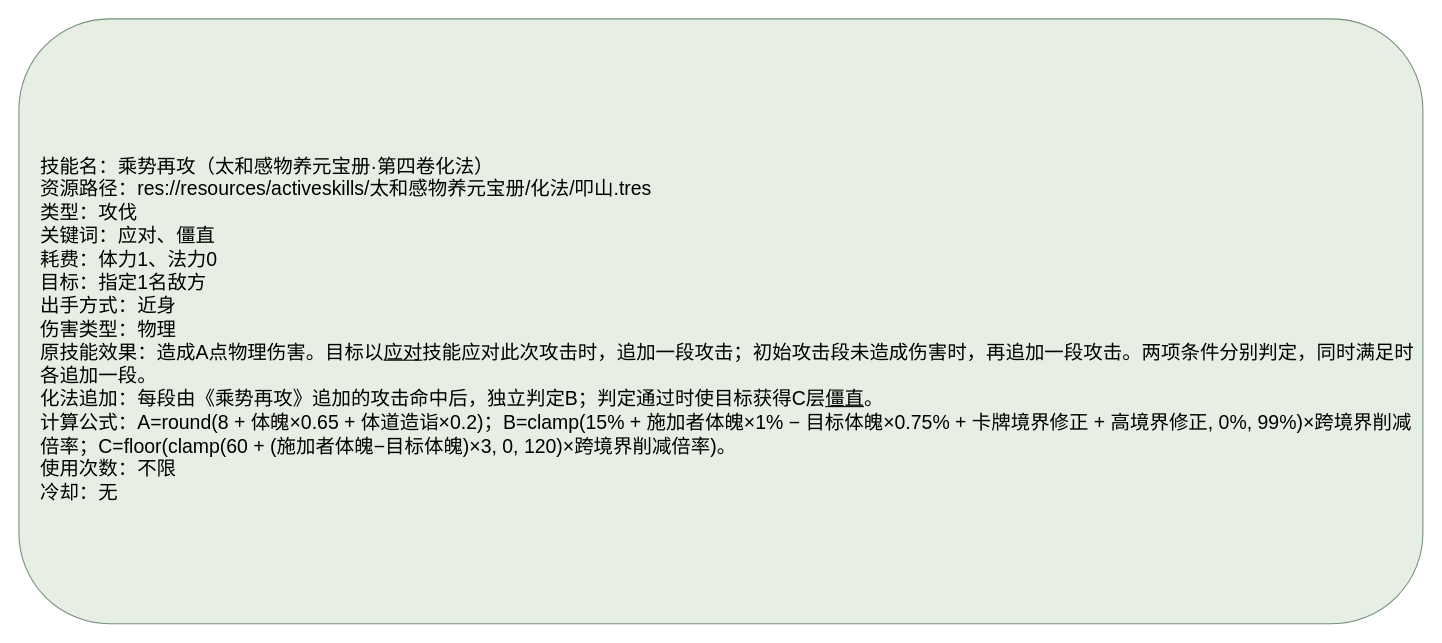
The draw.io diagram docs/卡牌词典/秘籍技能/太和感物养元宝册/化法/乘势再攻.drawio in ankundanetracyc-spec/tian-guan-you-du, before the edit. Source tidied: cells renumbered, new cells numbered last; positions are measured from the earlier drawing's top-left corner, leaving out a move shared by most shapes. Both pictures are drawn from the tidied source at 108%, with x=0, y=0 at pixel (18, 18).
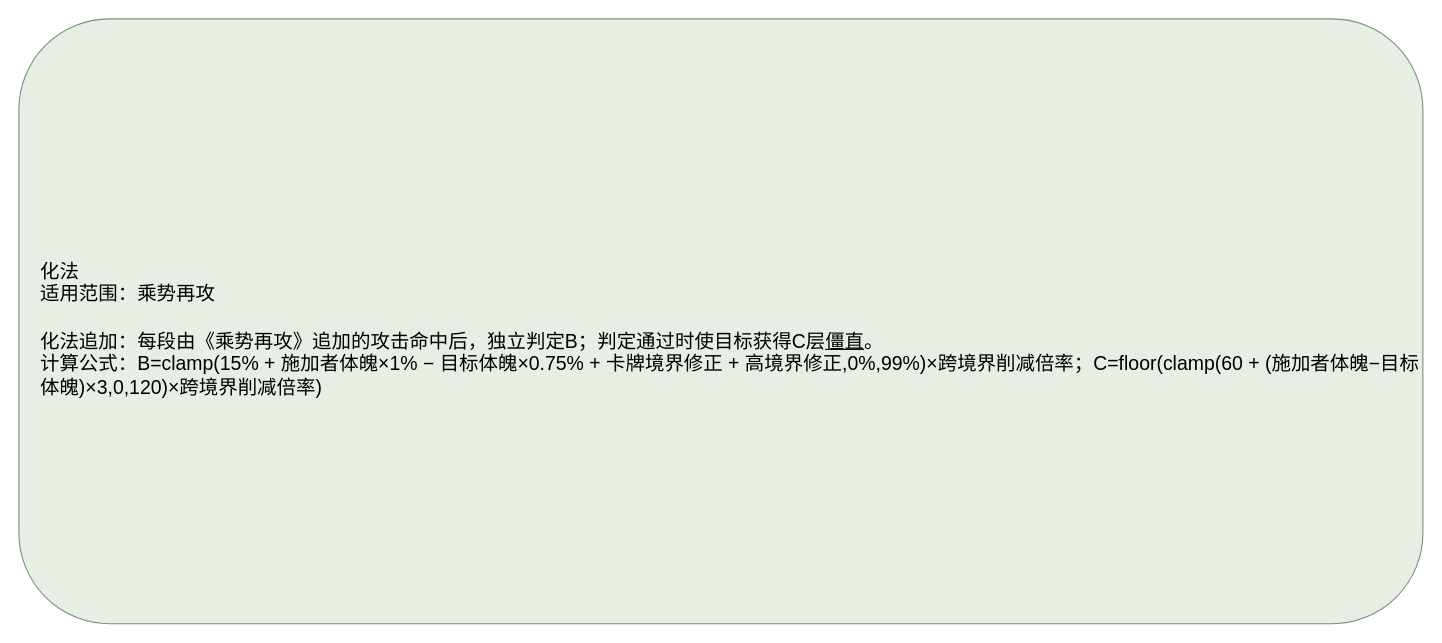
The same page after the edit.

Change to the diagram source:
```diff
@@
 <mxGraphModel>
   <root>
     <mxCell id="0" />
     <mxCell id="1" parent="0" />
-    <mxCell id="2" value="&lt;div style=&quot;text-align:left;&quot;&gt;技能名：乘势再攻（太和感物养元宝册·第四卷化法）&lt;br&gt;资源路径：res://resources/activeskills/太和感物养元宝册/化法/叩山.tres&lt;br&gt;类型：攻伐&lt;br&gt;关键词：应对、僵直&lt;br&gt;耗费：体力1、法力0&lt;br&gt;目标：指定1名敌方&lt;br&gt;出手方式：近身&lt;br&gt;伤害类型：物理&lt;br&gt;原技能效果：造成A点物理伤害。目标以&lt;u&gt;应对&lt;/u&gt;技能应对此次攻击时，追加一段攻击；初始攻击段未造成伤害时，再追加一段攻击。两项条件分别判定，同时满足时各追加一段。&lt;br&gt;化法追加：每段由《乘势再攻》追加的攻击命中后，独立判定B；判定通过时使目标获得C层&lt;u&gt;僵直&lt;/u&gt;。&lt;br&gt;计算公式：A=round(8 + 体魄×0.65 + 体道造诣×0.2)；B=clamp(15% + 施加者体魄×1% − 目标体魄×0.75% + 卡牌境界修正 + 高境界修正, 0%, 99%)×跨境界削减倍率；C=floor(clamp(60 + (施加者体魄−目标体魄)×3, 0, 120)×跨境界削减倍率)。&lt;br&gt;使用次数：不限&lt;br&gt;冷却：无&lt;/div&gt;" style="rounded=1;whiteSpace=wrap;html=1;fillColor=#e7eee4;strokeColor=#769078;fontSize=18;align=left;spacingLeft=18;spacingTop=16;" parent="1" vertex="1">
+    <mxCell id="2" value="&lt;div style=&quot;text-align:left;&quot;&gt;化法&lt;br&gt;适用范围：乘势再攻&lt;br&gt;&lt;br&gt;化法追加：每段由《乘势再攻》追加的攻击命中后，独立判定B；判定通过时使目标获得C层&lt;u&gt;僵直&lt;/u&gt;。&lt;br&gt;计算公式：B=clamp(15% + 施加者体魄×1% − 目标体魄×0.75% + 卡牌境界修正 + 高境界修正,0%,99%)×跨境界削减倍率；C=floor(clamp(60 + (施加者体魄−目标体魄)×3,0,120)×跨境界削减倍率)&lt;/div&gt;" style="rounded=1;whiteSpace=wrap;html=1;fillColor=#e7eee4;strokeColor=#769078;fontSize=18;align=left;spacingLeft=18;spacingTop=16;" parent="1" vertex="1">
       <mxGeometry width="1300" height="560" as="geometry" />
     </mxCell>
   </root>
 </mxGraphModel>
```
